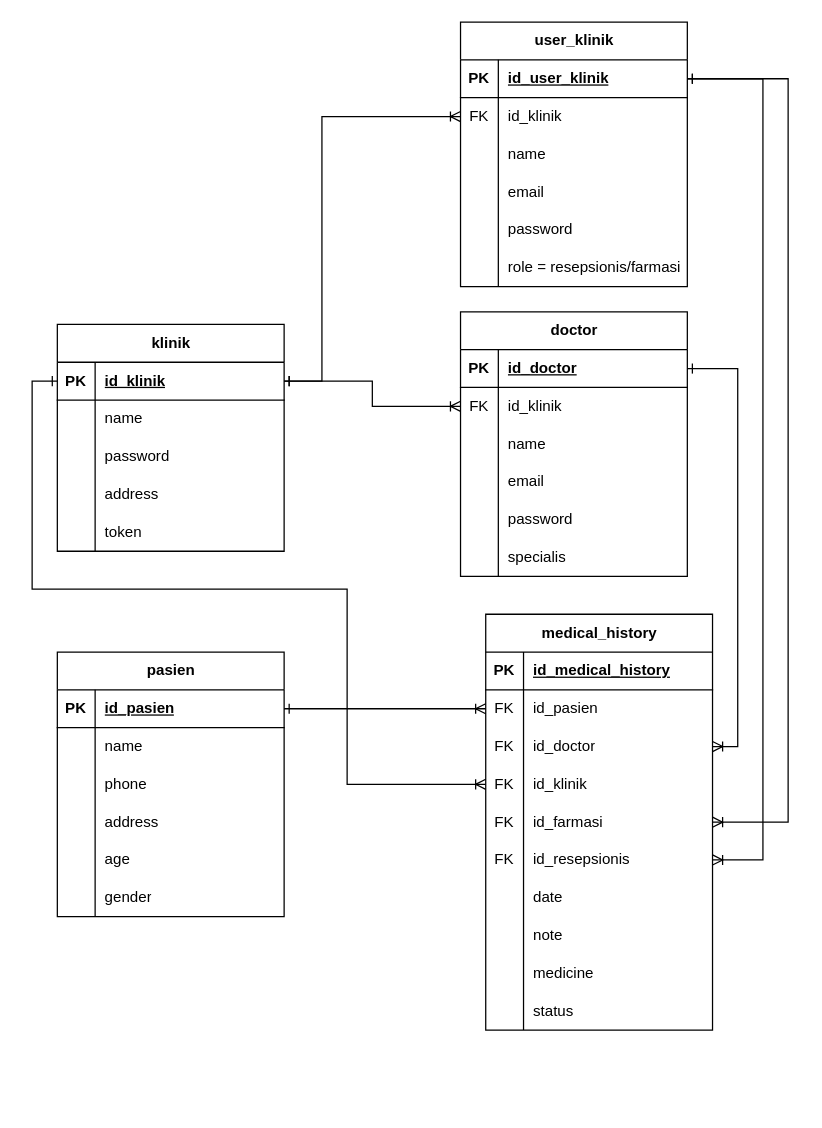
Before: erd_klinik.drawio in rrahmatn/dfd_erd_uml, a draw.io diagram. Source tidied: cells renumbered, new cells numbered last; positions are measured from the earlier drawing's top-left corner, leaving out a move shared by most shapes. Both pictures are drawn from the tidied source at 126%, with x=0, y=0 at pixel (32, 21).
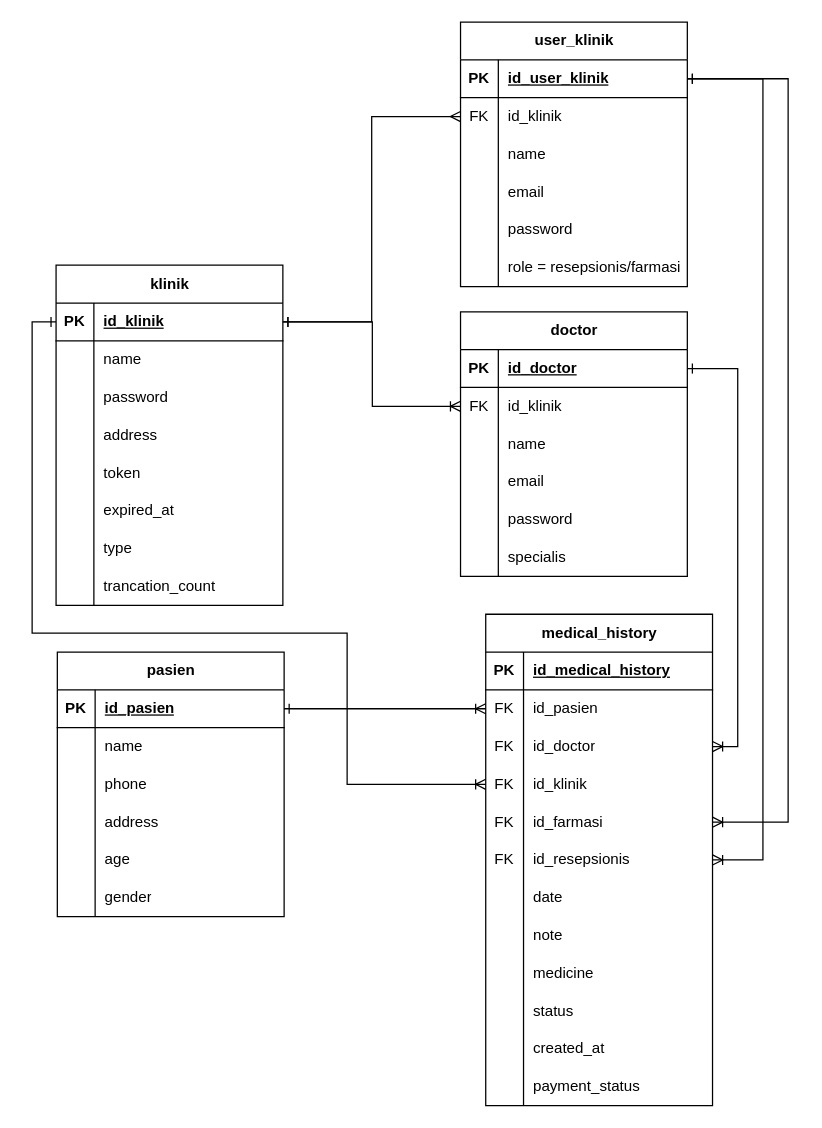
The same page after the edit.

Unchanged cells that the change refers to:
```xml
<mxCell id="3" style="shape=tableRow;horizontal=0;startSize=0;swimlaneHead=0;swimlaneBody=0;fillColor=none;points=[[0,0.5],[1,0.5]];portConstraint=eastwest;top=0;left=0;right=0;bottom=1;" parent="2" vertex="1">
  <mxGeometry y="30" width="180" height="30" as="geometry" />
</mxCell>
<mxCell id="22" style="shape=tableRow;horizontal=0;startSize=0;swimlaneHead=0;swimlaneBody=0;fillColor=none;points=[[0,0.5],[1,0.5]];portConstraint=eastwest;top=0;left=0;right=0;bottom=0;" parent="18" vertex="1">
  <mxGeometry y="60" width="180" height="30" as="geometry" />
</mxCell>
<mxCell id="66" style="shape=tableRow;horizontal=0;startSize=0;swimlaneHead=0;swimlaneBody=0;fillColor=none;points=[[0,0.5],[1,0.5]];portConstraint=eastwest;top=0;left=0;right=0;bottom=0;" parent="56" vertex="1">
  <mxGeometry y="120" width="180" height="30" as="geometry" />
</mxCell>
<mxCell id="95" style="shape=tableRow;horizontal=0;startSize=0;swimlaneHead=0;swimlaneBody=0;fillColor=none;points=[[0,0.5],[1,0.5]];portConstraint=eastwest;top=0;left=0;right=0;bottom=0;" parent="91" vertex="1">
  <mxGeometry y="60" width="180" height="30" as="geometry" />
</mxCell>
```

Diff of the diagram source:
```diff
@@
     <mxCell id="2" value="klinik" style="shape=table;startSize=30;childLayout=tableLayout;rowLines=0;fontStyle=1;align=center;html=1;" parent="1" vertex="1">
-      <mxGeometry x="20" y="240" width="180" height="180" as="geometry" />
+      <mxGeometry x="19" y="193" width="180" height="270" as="geometry" />
     </mxCell>
@@
+    <mxCell id="113" style="shape=tableRow;horizontal=0;startSize=0;swimlaneHead=0;swimlaneBody=0;fillColor=none;top=0;left=0;right=0;bottom=0;" parent="2" vertex="1">
+      <mxGeometry y="180" width="180" height="30" as="geometry" />
+    </mxCell>
+    <mxCell id="114" style="shape=partialRectangle;fillColor=none;top=0;left=0;bottom=0;right=0;overflow=hidden;whiteSpace=wrap;html=1;" parent="113" vertex="1">
+      <mxGeometry width="30" height="30" as="geometry" />
+    </mxCell>
+    <mxCell id="115" value="expired_at" style="shape=partialRectangle;fillColor=none;top=0;left=0;bottom=0;right=0;align=left;spacingLeft=6;overflow=hidden;whiteSpace=wrap;html=1;" parent="113" vertex="1">
+      <mxGeometry x="30" width="150" height="30" as="geometry" />
+    </mxCell>
+    <mxCell id="116" style="shape=tableRow;horizontal=0;startSize=0;swimlaneHead=0;swimlaneBody=0;fillColor=none;top=0;left=0;right=0;bottom=0;" parent="2" vertex="1">
+      <mxGeometry y="210" width="180" height="30" as="geometry" />
+    </mxCell>
+    <mxCell id="117" style="shape=partialRectangle;fillColor=none;top=0;left=0;bottom=0;right=0;overflow=hidden;whiteSpace=wrap;html=1;" parent="116" vertex="1">
+      <mxGeometry width="30" height="30" as="geometry" />
+    </mxCell>
+    <mxCell id="118" value="type" style="shape=partialRectangle;fillColor=none;top=0;left=0;bottom=0;right=0;align=left;spacingLeft=6;overflow=hidden;whiteSpace=wrap;html=1;" parent="116" vertex="1">
+      <mxGeometry x="30" width="150" height="30" as="geometry" />
+    </mxCell>
+    <mxCell id="119" style="shape=tableRow;horizontal=0;startSize=0;swimlaneHead=0;swimlaneBody=0;fillColor=none;top=0;left=0;right=0;bottom=0;" parent="2" vertex="1">
+      <mxGeometry y="240" width="180" height="30" as="geometry" />
+    </mxCell>
+    <mxCell id="120" style="shape=partialRectangle;fillColor=none;top=0;left=0;bottom=0;right=0;overflow=hidden;whiteSpace=wrap;html=1;" parent="119" vertex="1">
+      <mxGeometry width="30" height="30" as="geometry" />
+    </mxCell>
+    <mxCell id="121" value="trancation_count" style="shape=partialRectangle;fillColor=none;top=0;left=0;bottom=0;right=0;align=left;spacingLeft=6;overflow=hidden;whiteSpace=wrap;html=1;" parent="119" vertex="1">
+      <mxGeometry x="30" width="150" height="30" as="geometry" />
+    </mxCell>
@@
     <mxCell id="56" value="medical_history" style="shape=table;startSize=30;childLayout=tableLayout;rowLines=0;fontStyle=1;align=center;html=1;" parent="1" vertex="1">
-      <mxGeometry x="360" y="470" width="180" height="330" as="geometry" />
+      <mxGeometry x="360" y="470" width="180" height="390" as="geometry" />
     </mxCell>
@@
+    <mxCell id="122" style="shape=tableRow;horizontal=0;startSize=0;swimlaneHead=0;swimlaneBody=0;fillColor=none;top=0;left=0;right=0;bottom=0;" parent="56" vertex="1">
+      <mxGeometry y="330" width="180" height="30" as="geometry" />
+    </mxCell>
+    <mxCell id="123" style="shape=partialRectangle;fillColor=none;top=0;left=0;bottom=0;right=0;overflow=hidden;whiteSpace=wrap;html=1;" parent="122" vertex="1">
+      <mxGeometry width="30" height="30" as="geometry" />
+    </mxCell>
+    <mxCell id="124" value="created_at" style="shape=partialRectangle;fillColor=none;top=0;left=0;bottom=0;right=0;align=left;spacingLeft=6;overflow=hidden;whiteSpace=wrap;html=1;" parent="122" vertex="1">
+      <mxGeometry x="30" width="150" height="30" as="geometry" />
+    </mxCell>
+    <mxCell id="125" style="shape=tableRow;horizontal=0;startSize=0;swimlaneHead=0;swimlaneBody=0;fillColor=none;top=0;left=0;right=0;bottom=0;" parent="56" vertex="1">
+      <mxGeometry y="360" width="180" height="30" as="geometry" />
+    </mxCell>
+    <mxCell id="126" style="shape=partialRectangle;fillColor=none;top=0;left=0;bottom=0;right=0;overflow=hidden;whiteSpace=wrap;html=1;" parent="125" vertex="1">
+      <mxGeometry width="30" height="30" as="geometry" />
+    </mxCell>
+    <mxCell id="127" value="payment_status" style="shape=partialRectangle;fillColor=none;top=0;left=0;bottom=0;right=0;align=left;spacingLeft=6;overflow=hidden;whiteSpace=wrap;html=1;" parent="125" vertex="1">
+      <mxGeometry x="30" width="150" height="30" as="geometry" />
+    </mxCell>
     <mxCell id="87" style="edgeStyle=orthogonalEdgeStyle;rounded=0;jettySize=auto;html=1;exitX=1;exitY=0.5;exitDx=0;exitDy=0;entryX=0;entryY=0.5;entryDx=0;entryDy=0;endArrow=ERoneToMany;endFill=0;startArrow=ERone;startFill=0;" parent="1" edge="1" source="3" target="22">
       <mxGeometry relative="1" as="geometry">
         <Array as="points">
-          <mxPoint x="270" y="285" />
+          <mxPoint x="270" y="238" />
           <mxPoint x="270" y="305" />
         </Array>
       </mxGeometry>
     </mxCell>
@@
-    <mxCell id="89" style="edgeStyle=orthogonalEdgeStyle;rounded=0;jettySize=auto;html=1;exitX=0;exitY=0.5;exitDx=0;exitDy=0;entryX=0;entryY=0.5;entryDx=0;entryDy=0;startArrow=ERone;startFill=0;endArrow=ERoneToMany;endFill=0;" parent="1" edge="1" source="3" target="66">
+    <mxCell id="89" style="edgeStyle=orthogonalEdgeStyle;rounded=0;jettySize=auto;html=1;exitX=0;exitY=0.5;exitDx=0;exitDy=0;startArrow=ERone;startFill=0;endArrow=ERoneToMany;endFill=0;entryX=0;entryY=0.5;entryDx=0;entryDy=0;" parent="1" edge="1" source="3" target="66">
       <mxGeometry relative="1" as="geometry">
         <Array as="points">
-          <mxPoint y="285" />
-          <mxPoint y="450" />
-          <mxPoint x="250" y="450" />
+          <mxPoint y="238" />
+          <mxPoint y="485" />
+          <mxPoint x="250" y="485" />
           <mxPoint x="250" y="605" />
         </Array>
       </mxGeometry>
     </mxCell>
@@
-    <mxCell id="112" style="edgeStyle=orthogonalEdgeStyle;rounded=0;jettySize=auto;html=1;exitX=1;exitY=0.5;exitDx=0;exitDy=0;entryX=0;entryY=0.5;entryDx=0;entryDy=0;endArrow=ERoneToMany;endFill=0;startArrow=ERone;startFill=0;" parent="1" edge="1" source="3" target="95">
-      <mxGeometry relative="1" as="geometry">
-        <Array as="points">
-          <mxPoint x="230" y="285" />
-          <mxPoint x="230" y="75" />
-        </Array>
-      </mxGeometry>
-    </mxCell>
+    <mxCell id="128" style="edgeStyle=orthogonalEdgeStyle;rounded=0;jettySize=auto;html=1;entryX=1;entryY=0.5;entryDx=0;entryDy=0;endArrow=ERone;endFill=0;startArrow=ERmany;startFill=0;" parent="1" edge="1" source="95" target="3">
+      <mxGeometry relative="1" as="geometry" />
+    </mxCell>
```
